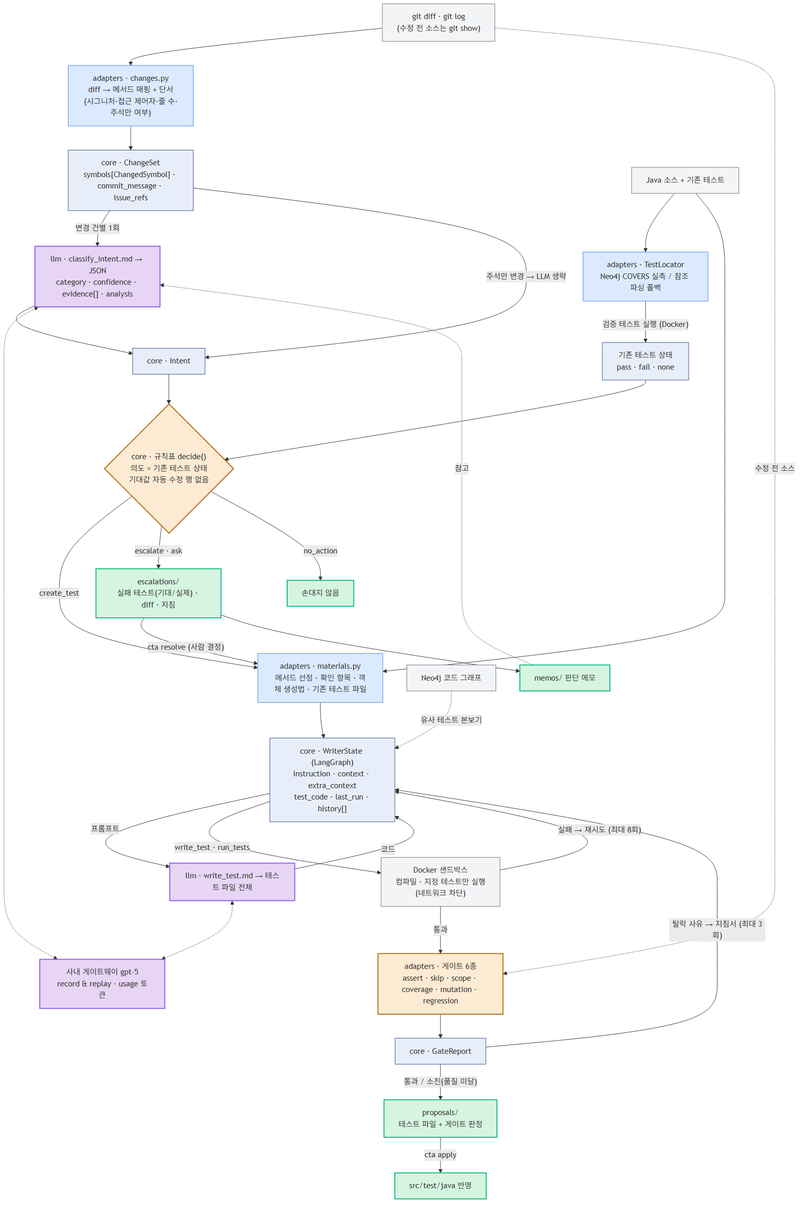
The Mermaid diagram docs/제출자료/images/workflow-data.png in parksanghyeop/skax-master-project, before a commit. Its source is kept beside it as docs/제출자료/diagrams/workflow-data.mmd.
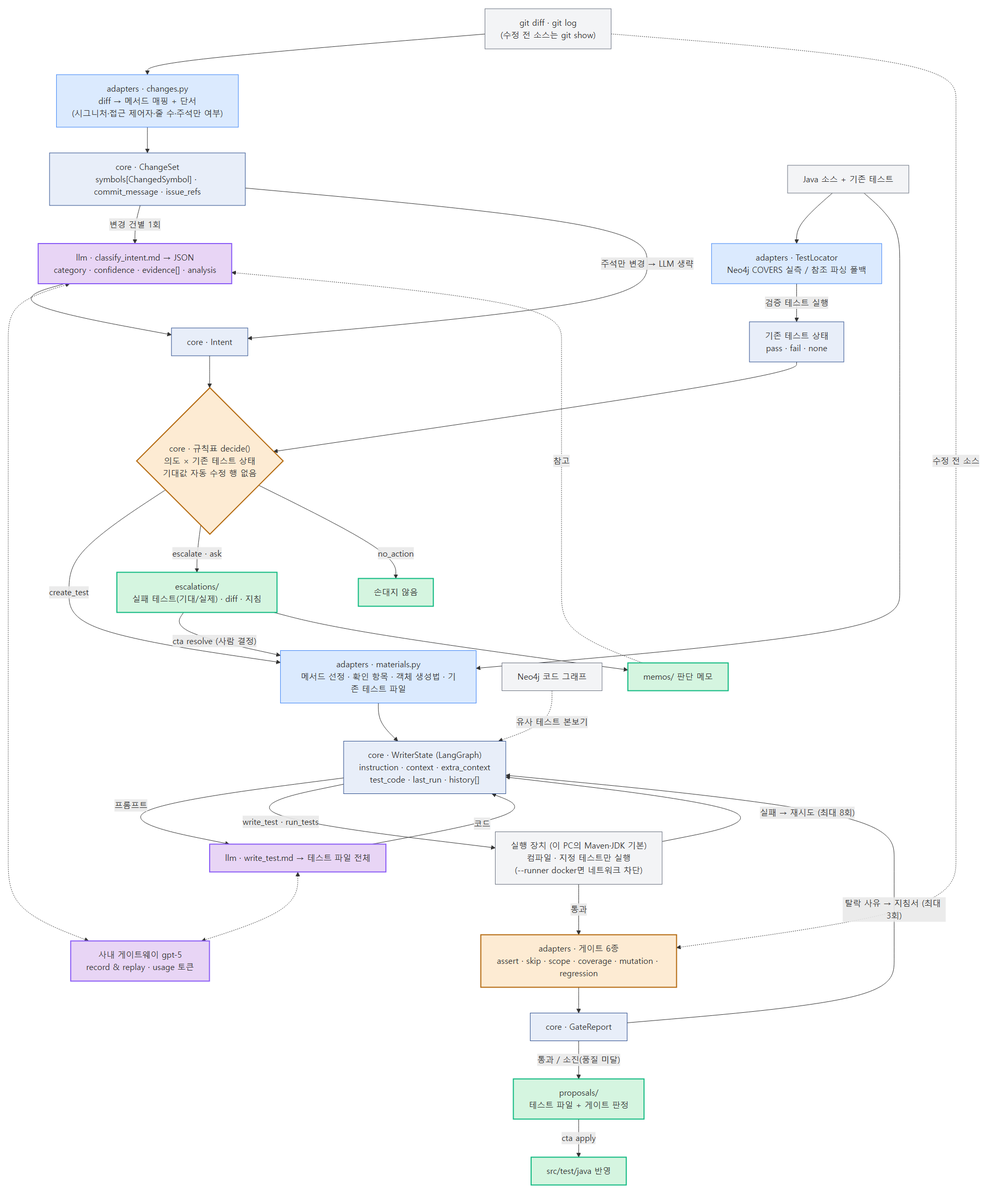
After the commit.

What changed in the source:
```diff
@@ -8,7 +8,7 @@
     ME["memos/ 판단 메모"] -.->|"참고"| CLS
 
     SRC["Java 소스 + 기존 테스트"] --> TL["adapters · TestLocator<br/>Neo4j COVERS 실측 / 참조 파싱 폴백"]
-    TL -->|"검증 테스트 실행 (Docker)"| ST["기존 테스트 상태<br/>pass · fail · none"]
+    TL -->|"검증 테스트 실행"| ST["기존 테스트 상태<br/>pass · fail · none"]
 
     IT --> DEC{"core · 규칙표 decide()<br/>의도 × 기존 테스트 상태<br/>기대값 자동 수정 행 없음"}
     ST --> DEC
@@ -23,7 +23,7 @@
     NEO["Neo4j 코드 그래프"] -.->|"유사 테스트 본보기"| WS
     WS -->|"프롬프트"| GEN["llm · write_test.md → 테스트 파일 전체"]
     GEN -->|"코드"| WS
-    WS -->|"write_test · run_tests"| DK["Docker 샌드박스<br/>컴파일 · 지정 테스트만 실행<br/>(네트워크 차단)"]
+    WS -->|"write_test · run_tests"| DK["실행 장치 (이 PC의 Maven·JDK 기본)<br/>컴파일 · 지정 테스트만 실행<br/>(--runner docker면 네트워크 차단)"]
     DK -->|"실패 → 재시도 (최대 8회)"| WS
     DK -->|"통과"| GT["adapters · 게이트 6종<br/>assert · skip · scope · coverage · mutation · regression"]
     GIT -.->|"수정 전 소스"| GT
```
